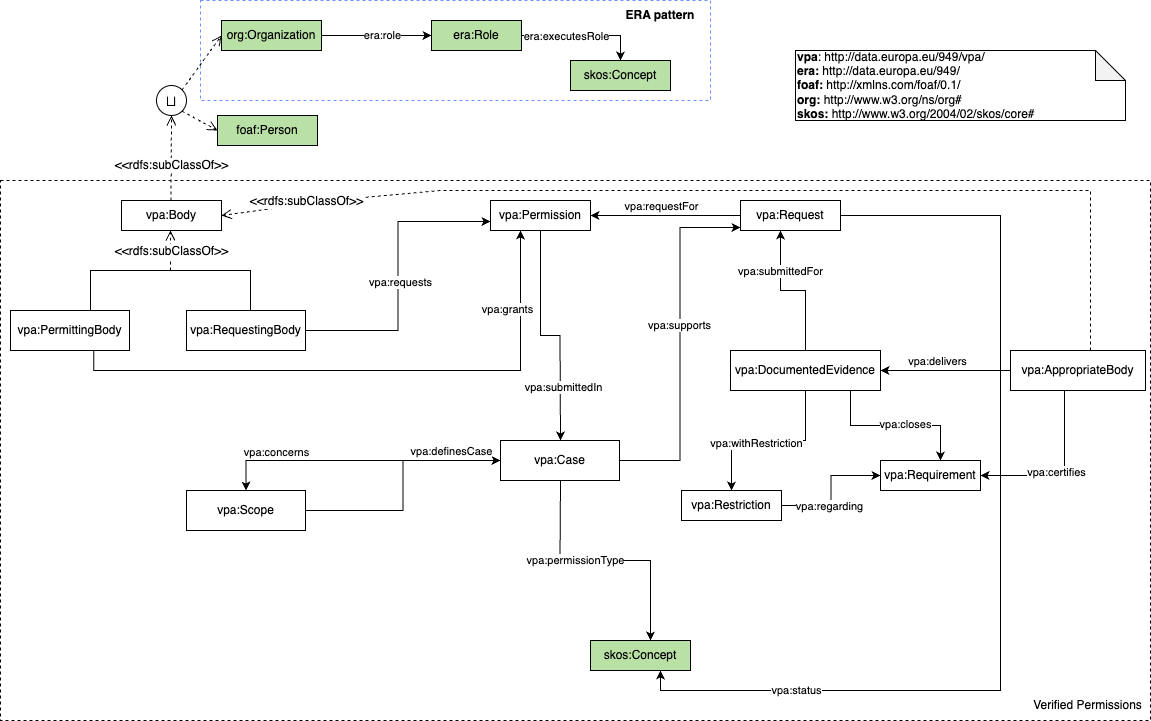
Before: vpa-doc/img/vpa-onto.png, a diagram exported from draw.io (gatemezing/Ontology_Workflow_Testing). Source tidied: cells renumbered, new cells last; positions are measured from the earlier drawing's top-left corner, leaving out a move shared by most shapes.
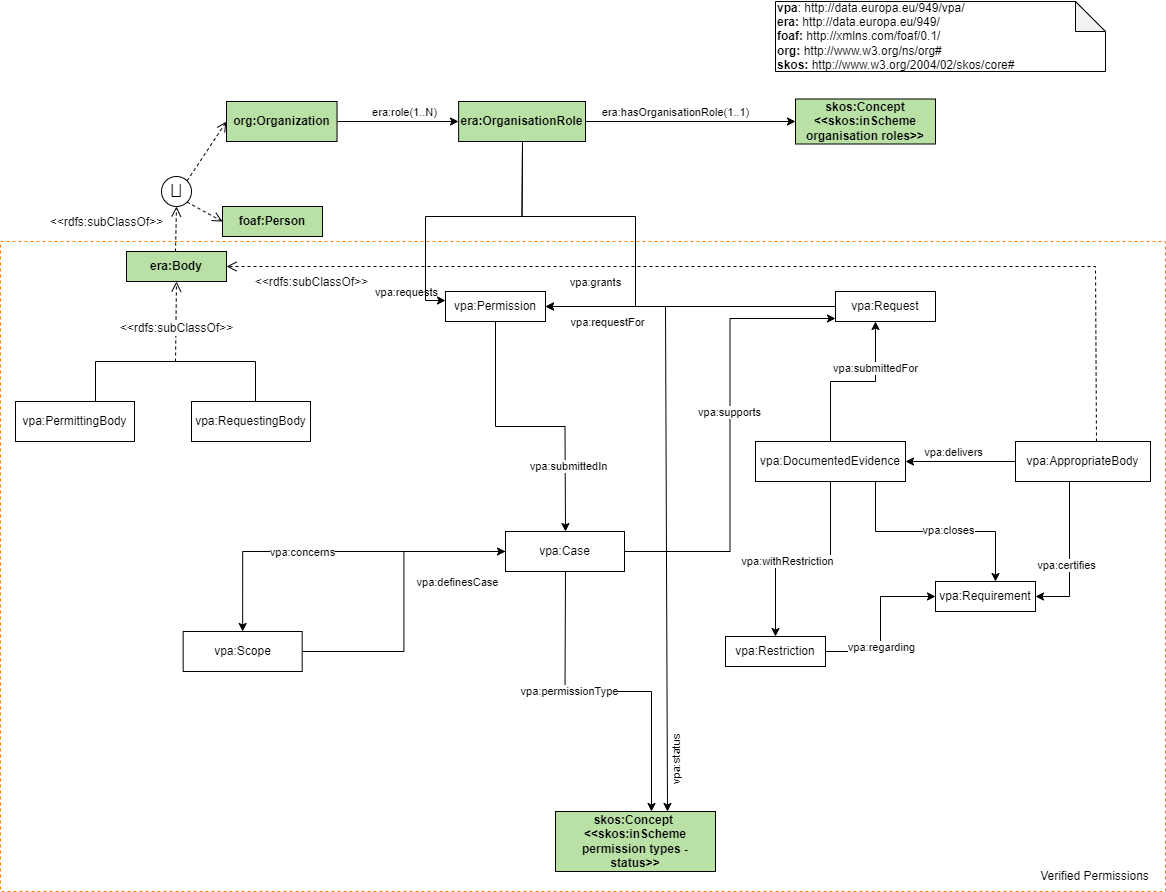
The same diagram one commit later.

Commit message:
updated onto diagram

What changed in the source:
```diff
@@ -4,10 +4,7 @@
     <mxCell id="1" parent="0" />
-    <mxCell id="2" style="rounded=0;whiteSpace=wrap;html=1;dashed=1;" parent="1" vertex="1">
-      <mxGeometry y="180" width="1150" height="540" as="geometry" />
+    <mxCell id="2" style="rounded=0;whiteSpace=wrap;html=1;dashed=1;strokeColor=#FF8000;" parent="1" vertex="1">
+      <mxGeometry x="-5" y="150" width="1165" height="650" as="geometry" />
     </mxCell>
-    <mxCell id="3" style="rounded=0;whiteSpace=wrap;html=1;dashed=1;strokeColor=#6991FF;" parent="1" vertex="1">
-      <mxGeometry x="200" width="510" height="100" as="geometry" />
-    </mxCell>
     <mxCell id="4" value="&lt;div&gt;&lt;b&gt;vpa&lt;/b&gt;:&amp;nbsp;&lt;span style=&quot;background-color: initial;&quot;&gt;http://data.europa.eu/949/vpa/&lt;/span&gt;&lt;/div&gt;&lt;div&gt;&lt;b style=&quot;background-color: initial;&quot;&gt;era:&lt;/b&gt;&lt;span style=&quot;background-color: initial;&quot;&gt; http://data.europa.eu/949/&lt;/span&gt;&lt;/div&gt;&lt;div&gt;&lt;span style=&quot;background-color: initial;&quot;&gt;&lt;b&gt;foaf:&amp;nbsp;&lt;/b&gt;&lt;/span&gt;&lt;span style=&quot;background-color: initial;&quot;&gt;http://xmlns.com/foaf/0.1/&lt;/span&gt;&lt;/div&gt;&lt;b&gt;org:&amp;nbsp;&lt;/b&gt;http://www.w3.org/ns/org#&lt;div&gt;&lt;b&gt;skos:&lt;/b&gt;&lt;span style=&quot;background-color: initial;&quot;&gt;&amp;nbsp;http://www.w3.org/2004/02/skos/core#&lt;/span&gt;&lt;/div&gt;" style="shape=note;whiteSpace=wrap;html=1;backgroundOutline=1;darkOpacity=0.05;align=left;rotation=0;" parent="1" vertex="1">
-      <mxGeometry x="795" y="50" width="330" height="70" as="geometry" />
+      <mxGeometry x="770" y="-90" width="330" height="70" as="geometry" />
     </mxCell>
@@ -16,3 +13,3 @@
     </mxCell>
-    <mxCell id="6" value="foaf:Person" style="rounded=0;whiteSpace=wrap;html=1;snapToPoint=1;points=[[0.1,0],[0.2,0],[0.3,0],[0.4,0],[0.5,0],[0.6,0],[0.7,0],[0.8,0],[0.9,0],[0,0.1],[0,0.3],[0,0.5],[0,0.7],[0,0.9],[0.1,1],[0.2,1],[0.3,1],[0.4,1],[0.5,1],[0.6,1],[0.7,1],[0.8,1],[0.9,1],[1,0.1],[1,0.3],[1,0.5],[1,0.7],[1,0.9]];fillColor=#B9E0A5;" parent="1" vertex="1">
+    <mxCell id="6" value="&lt;b&gt;foaf:Person&lt;/b&gt;" style="rounded=0;whiteSpace=wrap;html=1;snapToPoint=1;points=[[0.1,0],[0.2,0],[0.3,0],[0.4,0],[0.5,0],[0.6,0],[0.7,0],[0.8,0],[0.9,0],[0,0.1],[0,0.3],[0,0.5],[0,0.7],[0,0.9],[0.1,1],[0.2,1],[0.3,1],[0.4,1],[0.5,1],[0.6,1],[0.7,1],[0.8,1],[0.9,1],[1,0.1],[1,0.3],[1,0.5],[1,0.7],[1,0.9]];fillColor=#B9E0A5;" parent="1" vertex="1">
       <mxGeometry x="217" y="115" width="100" height="30" as="geometry" />
@@ -25,13 +22,5 @@
     </mxCell>
-    <mxCell id="9" value="vpa:Body" style="rounded=0;whiteSpace=wrap;html=1;snapToPoint=1;points=[[0.1,0],[0.2,0],[0.3,0],[0.4,0],[0.5,0],[0.6,0],[0.7,0],[0.8,0],[0.9,0],[0,0.1],[0,0.3],[0,0.5],[0,0.7],[0,0.9],[0.1,1],[0.2,1],[0.3,1],[0.4,1],[0.5,1],[0.6,1],[0.7,1],[0.8,1],[0.9,1],[1,0.1],[1,0.3],[1,0.5],[1,0.7],[1,0.9]];" parent="1" vertex="1">
-      <mxGeometry x="121" y="200" width="100" height="30" as="geometry" />
+    <mxCell id="9" value="&lt;b&gt;era:Body&lt;/b&gt;" style="rounded=0;whiteSpace=wrap;html=1;snapToPoint=1;points=[[0.1,0],[0.2,0],[0.3,0],[0.4,0],[0.5,0],[0.6,0],[0.7,0],[0.8,0],[0.9,0],[0,0.1],[0,0.3],[0,0.5],[0,0.7],[0,0.9],[0.1,1],[0.2,1],[0.3,1],[0.4,1],[0.5,1],[0.6,1],[0.7,1],[0.8,1],[0.9,1],[1,0.1],[1,0.3],[1,0.5],[1,0.7],[1,0.9]];fillColor=#B9E0A5;" parent="1" vertex="1">
+      <mxGeometry x="121" y="160" width="100" height="30" as="geometry" />
     </mxCell>
-    <mxCell id="10" style="edgeStyle=orthogonalEdgeStyle;rounded=0;jettySize=auto;html=1;entryX=0.3;entryY=1;entryDx=0;entryDy=0;exitX=0.7;exitY=1;exitDx=0;exitDy=0;" parent="1" edge="1" source="12" target="32">
-      <mxGeometry relative="1" as="geometry" />
-    </mxCell>
-    <mxCell id="11" value="vpa:grants" style="edgeLabel;html=1;align=center;verticalAlign=middle;" parent="10" vertex="1">
-      <mxGeometry x="0.73" relative="1" as="geometry">
-        <mxPoint x="-14" as="offset" />
-      </mxGeometry>
-    </mxCell>
     <mxCell id="12" value="vpa:PermittingBody" style="rounded=0;whiteSpace=wrap;html=1;snapToPoint=1;points=[[0.1,0],[0.2,0],[0.3,0],[0.4,0],[0.5,0],[0.6,0],[0.7,0],[0.8,0],[0.9,0],[0,0.1],[0,0.3],[0,0.5],[0,0.7],[0,0.9],[0.1,1],[0.2,1],[0.3,1],[0.4,1],[0.5,1],[0.6,1],[0.7,1],[0.8,1],[0.9,1],[1,0.1],[1,0.3],[1,0.5],[1,0.7],[1,0.9]];" parent="1" vertex="1">
@@ -39,25 +28,2 @@
     </mxCell>
-    <mxCell id="13" style="group;" parent="1" vertex="1">
-      <mxGeometry x="221" y="20" width="560" height="30" as="geometry" />
-    </mxCell>
-    <mxCell id="14" style="edgeStyle=orthogonalEdgeStyle;rounded=0;jettySize=auto;html=1;" parent="13" edge="1" source="16" target="17">
-      <mxGeometry relative="1" as="geometry" />
-    </mxCell>
-    <mxCell id="15" value="era:role" style="edgeLabel;html=1;align=center;verticalAlign=middle;" parent="14" vertex="1">
-      <mxGeometry x="0.09" y="1" relative="1" as="geometry" />
-    </mxCell>
-    <mxCell id="16" value="org:Organization" style="rounded=0;whiteSpace=wrap;html=1;snapToPoint=1;points=[[0.1,0],[0.2,0],[0.3,0],[0.4,0],[0.5,0],[0.6,0],[0.7,0],[0.8,0],[0.9,0],[0,0.1],[0,0.3],[0,0.5],[0,0.7],[0,0.9],[0.1,1],[0.2,1],[0.3,1],[0.4,1],[0.5,1],[0.6,1],[0.7,1],[0.8,1],[0.9,1],[1,0.1],[1,0.3],[1,0.5],[1,0.7],[1,0.9]];fillColor=#B9E0A5;" parent="13" vertex="1">
-      <mxGeometry width="100" height="30" as="geometry" />
-    </mxCell>
-    <mxCell id="17" value="era:Role" style="rounded=0;whiteSpace=wrap;html=1;snapToPoint=1;points=[[0.1,0],[0.2,0],[0.3,0],[0.4,0],[0.5,0],[0.6,0],[0.7,0],[0.8,0],[0.9,0],[0,0.1],[0,0.3],[0,0.5],[0,0.7],[0,0.9],[0.1,1],[0.2,1],[0.3,1],[0.4,1],[0.5,1],[0.6,1],[0.7,1],[0.8,1],[0.9,1],[1,0.1],[1,0.3],[1,0.5],[1,0.7],[1,0.9]];fillColor=#B9E0A5;" parent="13" vertex="1">
-      <mxGeometry x="210" width="90" height="30" as="geometry" />
-    </mxCell>
-    <mxCell id="18" style="edgeStyle=orthogonalEdgeStyle;rounded=0;jettySize=auto;html=1;entryX=0;entryY=0.7;entryDx=0;entryDy=0;" parent="1" edge="1" source="20" target="32">
-      <mxGeometry relative="1" as="geometry" />
-    </mxCell>
-    <mxCell id="19" value="vpa:requests" style="edgeLabel;html=1;align=center;verticalAlign=middle;" parent="18" vertex="1">
-      <mxGeometry x="-0.04" y="-1" relative="1" as="geometry">
-        <mxPoint x="1" y="1" as="offset" />
-      </mxGeometry>
-    </mxCell>
     <mxCell id="20" value="vpa:RequestingBody" style="rounded=0;whiteSpace=wrap;html=1;snapToPoint=1;points=[[0.1,0],[0.2,0],[0.3,0],[0.4,0],[0.5,0],[0.6,0],[0.7,0],[0.8,0],[0.9,0],[0,0.1],[0,0.3],[0,0.5],[0,0.7],[0,0.9],[0.1,1],[0.2,1],[0.3,1],[0.4,1],[0.5,1],[0.6,1],[0.7,1],[0.8,1],[0.9,1],[1,0.1],[1,0.3],[1,0.5],[1,0.7],[1,0.9]];" parent="1" vertex="1">
@@ -74,6 +40,5 @@
     </mxCell>
-    <mxCell id="22" style="endArrow=open;html=1;fontColor=#000099;endFill=0;dashed=1;entryX=0.5;entryY=1;entryDx=0;entryDy=0;endSize=8;arcSize=0;rounded=0;" parent="1" edge="1">
+    <mxCell id="22" style="endArrow=open;html=1;fontColor=#000099;endFill=0;dashed=1;entryX=0.5;entryY=1;entryDx=0;entryDy=0;endSize=8;arcSize=0;rounded=0;" parent="1" edge="1" target="9">
       <mxGeometry relative="1" as="geometry">
         <mxPoint x="170" y="270" as="sourcePoint" />
-        <mxPoint x="170" y="230" as="targetPoint" />
       </mxGeometry>
@@ -87,3 +52,3 @@
       <mxGeometry relative="1" as="geometry">
-        <mxPoint x="170.5" y="200" as="sourcePoint" />
+        <mxPoint x="170" y="160" as="sourcePoint" />
       </mxGeometry>
@@ -92,7 +57,7 @@
       <mxGeometry x="-0.33" relative="1" as="geometry">
-        <mxPoint y="-7" as="offset" />
+        <mxPoint x="-70" y="-15" as="offset" />
       </mxGeometry>
     </mxCell>
-    <mxCell id="26" value="skos:Concept" style="rounded=0;whiteSpace=wrap;html=1;snapToPoint=1;points=[[0.1,0],[0.2,0],[0.3,0],[0.4,0],[0.5,0],[0.6,0],[0.7,0],[0.8,0],[0.9,0],[0,0.1],[0,0.3],[0,0.5],[0,0.7],[0,0.9],[0.1,1],[0.2,1],[0.3,1],[0.4,1],[0.5,1],[0.6,1],[0.7,1],[0.8,1],[0.9,1],[1,0.1],[1,0.3],[1,0.5],[1,0.7],[1,0.9]];fillColor=#B9E0A5;" parent="1" vertex="1">
-      <mxGeometry x="570" y="60" width="100" height="30" as="geometry" />
+    <mxCell id="26" value="&lt;b&gt;skos:Concept &amp;lt;&amp;lt;skos:inScheme organisation roles&amp;gt;&amp;gt;&lt;/b&gt;" style="rounded=0;whiteSpace=wrap;html=1;snapToPoint=1;points=[[0.1,0],[0.2,0],[0.3,0],[0.4,0],[0.5,0],[0.6,0],[0.7,0],[0.8,0],[0.9,0],[0,0.1],[0,0.3],[0,0.5],[0,0.7],[0,0.9],[0.1,1],[0.2,1],[0.3,1],[0.4,1],[0.5,1],[0.6,1],[0.7,1],[0.8,1],[0.9,1],[1,0.1],[1,0.3],[1,0.5],[1,0.7],[1,0.9]];fillColor=#B9E0A5;" parent="1" vertex="1">
+      <mxGeometry x="790" y="7.5" width="140" height="45" as="geometry" />
     </mxCell>
@@ -101,8 +66,7 @@
     </mxCell>
-    <mxCell id="28" value="era:executesRole" style="edgeLabel;html=1;align=center;verticalAlign=middle;" parent="27" vertex="1">
-      <mxGeometry x="-0.29" relative="1" as="geometry" />
+    <mxCell id="28" value="era:hasOrganisationRole(1..1)" style="edgeLabel;html=1;align=center;verticalAlign=middle;" parent="27" vertex="1">
+      <mxGeometry x="-0.29" relative="1" as="geometry">
+        <mxPoint x="14" y="-10" as="offset" />
+      </mxGeometry>
     </mxCell>
-    <mxCell id="29" value="&lt;b&gt;ERA pattern&lt;/b&gt;" style="text;html=1;align=center;verticalAlign=middle;whiteSpace=wrap;rounded=0;" parent="1" vertex="1">
-      <mxGeometry x="620" width="80" height="30" as="geometry" />
-    </mxCell>
     <mxCell id="30" style="edgeStyle=orthogonalEdgeStyle;rounded=0;jettySize=auto;html=1;" parent="1" edge="1" source="32" target="51">
@@ -114,3 +78,3 @@
     <mxCell id="32" value="vpa:Permission" style="rounded=0;whiteSpace=wrap;html=1;snapToPoint=1;points=[[0.1,0],[0.2,0],[0.3,0],[0.4,0],[0.5,0],[0.6,0],[0.7,0],[0.8,0],[0.9,0],[0,0.1],[0,0.3],[0,0.5],[0,0.7],[0,0.9],[0.1,1],[0.2,1],[0.3,1],[0.4,1],[0.5,1],[0.6,1],[0.7,1],[0.8,1],[0.9,1],[1,0.1],[1,0.3],[1,0.5],[1,0.7],[1,0.9]];" parent="1" vertex="1">
-      <mxGeometry x="490" y="200" width="100" height="30" as="geometry" />
+      <mxGeometry x="440" y="200" width="100" height="30" as="geometry" />
     </mxCell>
@@ -121,11 +85,9 @@
       <mxGeometry x="0.11" y="4" relative="1" as="geometry">
-        <mxPoint x="3" y="-14" as="offset" />
+        <mxPoint x="-69" y="11" as="offset" />
       </mxGeometry>
     </mxCell>
-    <mxCell id="35" style="edgeStyle=orthogonalEdgeStyle;rounded=0;jettySize=auto;html=1;entryX=0.7;entryY=1;entryDx=0;entryDy=0;" parent="1" edge="1" source="37" target="55">
+    <mxCell id="35" style="edgeStyle=orthogonalEdgeStyle;rounded=0;jettySize=auto;html=1;" parent="1" edge="1" source="37" target="55">
       <mxGeometry relative="1" as="geometry">
         <Array as="points">
-          <mxPoint x="1000" y="215" />
-          <mxPoint x="1000" y="690" />
-          <mxPoint x="660" y="690" />
+          <mxPoint x="660" y="215" />
         </Array>
@@ -133,7 +95,4 @@
     </mxCell>
-    <mxCell id="36" value="vpa:status" style="edgeLabel;html=1;align=center;verticalAlign=middle;" parent="35" vertex="1">
-      <mxGeometry x="0.69" y="-1" relative="1" as="geometry" />
-    </mxCell>
     <mxCell id="37" value="vpa:Request" style="rounded=0;whiteSpace=wrap;html=1;snapToPoint=1;points=[[0.1,0],[0.2,0],[0.3,0],[0.4,0],[0.5,0],[0.6,0],[0.7,0],[0.8,0],[0.9,0],[0,0.1],[0,0.3],[0,0.5],[0,0.7],[0,0.9],[0.1,1],[0.2,1],[0.3,1],[0.4,1],[0.5,1],[0.6,1],[0.7,1],[0.8,1],[0.9,1],[1,0.1],[1,0.3],[1,0.5],[1,0.7],[1,0.9]];" parent="1" vertex="1">
-      <mxGeometry x="740" y="200" width="100" height="30" as="geometry" />
+      <mxGeometry x="830" y="200" width="100" height="30" as="geometry" />
     </mxCell>
@@ -158,3 +117,3 @@
     <mxCell id="44" value="vpa:DocumentedEvidence" style="rounded=0;whiteSpace=wrap;html=1;snapToPoint=1;points=[[0.1,0],[0.2,0],[0.3,0],[0.4,0],[0.5,0],[0.6,0],[0.7,0],[0.8,0],[0.9,0],[0,0.1],[0,0.3],[0,0.5],[0,0.7],[0,0.9],[0.1,1],[0.2,1],[0.3,1],[0.4,1],[0.5,1],[0.6,1],[0.7,1],[0.8,1],[0.9,1],[1,0.1],[1,0.3],[1,0.5],[1,0.7],[1,0.9]];" parent="1" vertex="1">
-      <mxGeometry x="730" y="350" width="150" height="40" as="geometry" />
+      <mxGeometry x="750" y="350" width="150" height="40" as="geometry" />
     </mxCell>
@@ -177,5 +136,5 @@
     </mxCell>
-    <mxCell id="50" value="vpa:concerns" style="edgeLabel;html=1;align=center;verticalAlign=middle;" parent="49" vertex="1">
+    <mxCell id="50" value="vpa:requests" style="edgeLabel;html=1;align=center;verticalAlign=middle;" parent="49" vertex="1">
       <mxGeometry x="0.56" y="1" relative="1" as="geometry">
-        <mxPoint x="-3" y="-10" as="offset" />
+        <mxPoint x="162" y="-264" as="offset" />
       </mxGeometry>
@@ -194,6 +153,6 @@
     <mxCell id="54" value="vpa:Scope" style="rounded=0;whiteSpace=wrap;html=1;snapToPoint=1;points=[[0.1,0],[0.2,0],[0.3,0],[0.4,0],[0.5,0],[0.6,0],[0.7,0],[0.8,0],[0.9,0],[0,0.1],[0,0.3],[0,0.5],[0,0.7],[0,0.9],[0.1,1],[0.2,1],[0.3,1],[0.4,1],[0.5,1],[0.6,1],[0.7,1],[0.8,1],[0.9,1],[1,0.1],[1,0.3],[1,0.5],[1,0.7],[1,0.9]];" parent="1" vertex="1">
-      <mxGeometry x="186" y="490" width="119" height="40" as="geometry" />
+      <mxGeometry x="177.7" y="540" width="119" height="40" as="geometry" />
     </mxCell>
-    <mxCell id="55" value="skos:Concept" style="rounded=0;whiteSpace=wrap;html=1;snapToPoint=1;points=[[0.1,0],[0.2,0],[0.3,0],[0.4,0],[0.5,0],[0.6,0],[0.7,0],[0.8,0],[0.9,0],[0,0.1],[0,0.3],[0,0.5],[0,0.7],[0,0.9],[0.1,1],[0.2,1],[0.3,1],[0.4,1],[0.5,1],[0.6,1],[0.7,1],[0.8,1],[0.9,1],[1,0.1],[1,0.3],[1,0.5],[1,0.7],[1,0.9]];fillColor=#B9E0A5;" parent="1" vertex="1">
-      <mxGeometry x="590" y="640" width="100" height="30" as="geometry" />
+    <mxCell id="55" value="&lt;b&gt;skos:Concept&amp;nbsp;&lt;/b&gt;&lt;div&gt;&lt;b&gt;&amp;lt;&amp;lt;skos:inScheme permission types - status&amp;gt;&amp;gt;&lt;/b&gt;&lt;/div&gt;" style="rounded=0;whiteSpace=wrap;html=1;snapToPoint=1;points=[[0.1,0],[0.2,0],[0.3,0],[0.4,0],[0.5,0],[0.6,0],[0.7,0],[0.8,0],[0.9,0],[0,0.1],[0,0.3],[0,0.5],[0,0.7],[0,0.9],[0.1,1],[0.2,1],[0.3,1],[0.4,1],[0.5,1],[0.6,1],[0.7,1],[0.8,1],[0.9,1],[1,0.1],[1,0.3],[1,0.5],[1,0.7],[1,0.9]];fillColor=#B9E0A5;" parent="1" vertex="1">
+      <mxGeometry x="550" y="720" width="160" height="60" as="geometry" />
     </mxCell>
@@ -206,6 +165,6 @@
     <mxCell id="58" value="vpa:Restriction" style="rounded=0;whiteSpace=wrap;html=1;snapToPoint=1;points=[[0.1,0],[0.2,0],[0.3,0],[0.4,0],[0.5,0],[0.6,0],[0.7,0],[0.8,0],[0.9,0],[0,0.1],[0,0.3],[0,0.5],[0,0.7],[0,0.9],[0.1,1],[0.2,1],[0.3,1],[0.4,1],[0.5,1],[0.6,1],[0.7,1],[0.8,1],[0.9,1],[1,0.1],[1,0.3],[1,0.5],[1,0.7],[1,0.9]];" parent="1" vertex="1">
-      <mxGeometry x="681" y="490" width="100" height="30" as="geometry" />
+      <mxGeometry x="720" y="545" width="100" height="30" as="geometry" />
     </mxCell>
     <mxCell id="59" value="vpa:Requirement" style="rounded=0;whiteSpace=wrap;html=1;snapToPoint=1;points=[[0.1,0],[0.2,0],[0.3,0],[0.4,0],[0.5,0],[0.6,0],[0.7,0],[0.8,0],[0.9,0],[0,0.1],[0,0.3],[0,0.5],[0,0.7],[0,0.9],[0.1,1],[0.2,1],[0.3,1],[0.4,1],[0.5,1],[0.6,1],[0.7,1],[0.8,1],[0.9,1],[1,0.1],[1,0.3],[1,0.5],[1,0.7],[1,0.9]];" parent="1" vertex="1">
-      <mxGeometry x="880" y="460" width="100" height="30" as="geometry" />
+      <mxGeometry x="930" y="490" width="100" height="30" as="geometry" />
     </mxCell>
@@ -228,9 +187,7 @@
     </mxCell>
-    <mxCell id="65" style="endArrow=open;html=1;fontColor=#000099;endFill=0;dashed=1;entryX=1;entryY=0.5;entryDx=0;entryDy=0;endSize=8;arcSize=0;rounded=0;" parent="1" edge="1" target="9">
+    <mxCell id="65" style="endArrow=open;html=1;fontColor=#000099;endFill=0;dashed=1;endSize=8;arcSize=0;rounded=0;exitX=0.6;exitY=0;exitDx=0;exitDy=0;entryX=1;entryY=0.5;entryDx=0;entryDy=0;" parent="1" edge="1" source="64" target="9">
       <mxGeometry relative="1" as="geometry">
-        <mxPoint x="1090" y="350" as="sourcePoint" />
         <Array as="points">
-          <mxPoint x="1090" y="190" />
-          <mxPoint x="440" y="190" />
-          <mxPoint x="330" y="200" />
+          <mxPoint x="1090" y="175" />
+          <mxPoint x="440" y="175" />
         </Array>
@@ -240,7 +197,44 @@
       <mxGeometry x="-0.33" relative="1" as="geometry">
-        <mxPoint x="-599" y="10" as="offset" />
+        <mxPoint x="-609" y="15" as="offset" />
       </mxGeometry>
     </mxCell>
+    <mxCell id="14" style="edgeStyle=orthogonalEdgeStyle;rounded=0;jettySize=auto;html=1;" parent="1" edge="1" source="16" target="17">
+      <mxGeometry relative="1" as="geometry" />
+    </mxCell>
+    <mxCell id="15" value="era:role(1..N)" style="edgeLabel;html=1;align=center;verticalAlign=middle;" parent="14" vertex="1">
+      <mxGeometry x="0.09" y="1" relative="1" as="geometry">
+        <mxPoint y="-9" as="offset" />
+      </mxGeometry>
+    </mxCell>
+    <mxCell id="16" value="&lt;b&gt;org:Organization&lt;/b&gt;" style="rounded=0;whiteSpace=wrap;html=1;snapToPoint=1;points=[[0.1,0],[0.2,0],[0.3,0],[0.4,0],[0.5,0],[0.6,0],[0.7,0],[0.8,0],[0.9,0],[0,0.1],[0,0.3],[0,0.5],[0,0.7],[0,0.9],[0.1,1],[0.2,1],[0.3,1],[0.4,1],[0.5,1],[0.6,1],[0.7,1],[0.8,1],[0.9,1],[1,0.1],[1,0.3],[1,0.5],[1,0.7],[1,0.9]];fillColor=#B9E0A5;" parent="1" vertex="1">
+      <mxGeometry x="221" y="10" width="110.5" height="40" as="geometry" />
+    </mxCell>
+    <mxCell id="68" style="edgeStyle=orthogonalEdgeStyle;rounded=0;jettySize=auto;html=1;" parent="1" edge="1" source="17" target="32">
+      <mxGeometry relative="1" as="geometry">
+        <Array as="points">
+          <mxPoint x="517" y="125" />
+          <mxPoint x="630" y="125" />
+          <mxPoint x="630" y="215" />
+        </Array>
+      </mxGeometry>
+    </mxCell>
+    <mxCell id="69" style="edgeStyle=orthogonalEdgeStyle;rounded=0;jettySize=auto;html=1;entryX=0;entryY=0.3;entryDx=0;entryDy=0;" parent="1" edge="1" source="17" target="32">
+      <mxGeometry relative="1" as="geometry" />
+    </mxCell>
+    <mxCell id="17" value="&lt;b&gt;era:OrganisationRole&lt;/b&gt;" style="rounded=0;whiteSpace=wrap;html=1;snapToPoint=1;points=[[0.1,0],[0.2,0],[0.3,0],[0.4,0],[0.5,0],[0.6,0],[0.7,0],[0.8,0],[0.9,0],[0,0.1],[0,0.3],[0,0.5],[0,0.7],[0,0.9],[0.1,1],[0.2,1],[0.3,1],[0.4,1],[0.5,1],[0.6,1],[0.7,1],[0.8,1],[0.9,1],[1,0.1],[1,0.3],[1,0.5],[1,0.7],[1,0.9]];fillColor=#B9E0A5;" parent="1" vertex="1">
+      <mxGeometry x="453.1" y="10" width="126.9" height="40" as="geometry" />
+    </mxCell>
+    <mxCell id="11" value="vpa:grants" style="edgeLabel;html=1;align=center;verticalAlign=middle;" parent="1" vertex="1">
+      <mxGeometry x="590" y="190" as="geometry" />
+    </mxCell>
+    <mxCell id="70" value="vpa:concerns" style="edgeLabel;html=1;align=center;verticalAlign=middle;" parent="1" vertex="1">
+      <mxGeometry x="296.7" y="460" as="geometry" />
+    </mxCell>
+    <mxCell id="36" value="vpa:status" style="edgeLabel;html=1;align=center;verticalAlign=middle;rotation=-90;" parent="1" vertex="1">
+      <mxGeometry x="680" y="670" as="geometry">
+        <mxPoint x="1" y="-10" as="offset" />
+      </mxGeometry>
+    </mxCell>
     <mxCell id="67" value="Verified Permissions" style="text;html=1;align=center;verticalAlign=middle;whiteSpace=wrap;rounded=0;fontFamily=Helvetica;fontSize=12;fontColor=default;" parent="1" vertex="1">
-      <mxGeometry x="1030" y="690" width="115" height="30" as="geometry" />
+      <mxGeometry x="1032.5" y="770" width="112.5" height="30" as="geometry" />
     </mxCell>
```
